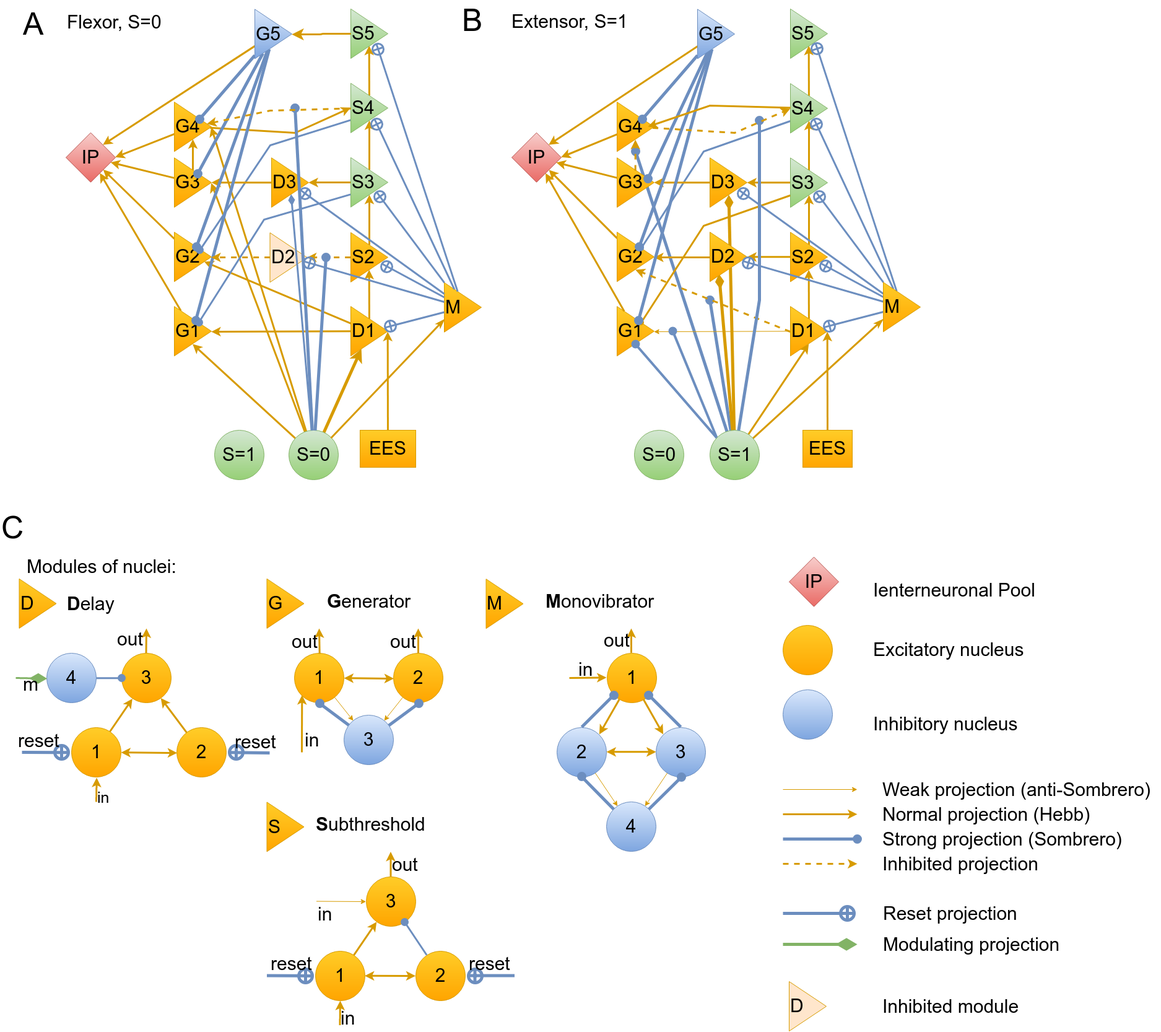
This is doc/diagram/cpg_generator_FE_paper.png from research-team/memristive-spinal-cord, a draw.io export, as it was before one commit. Source tidied: cells renumbered, new cells last; positions are measured from the earlier drawing's top-left corner, leaving out a move shared by most shapes.
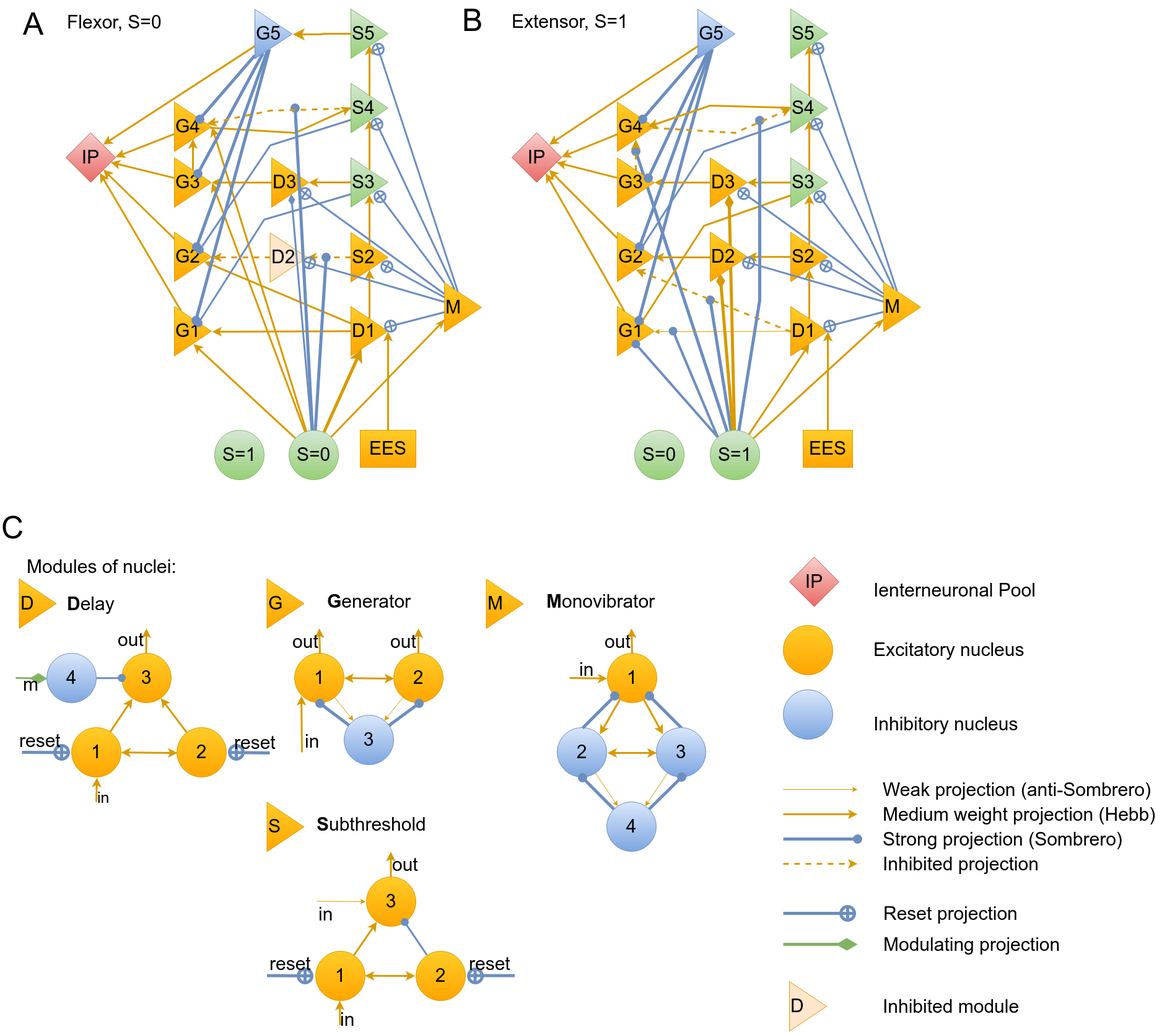
Later version of the same file.

Commit message:
CPG_FE: Normal -> Medium weight

Diff of the diagram source:
```diff
@@ -306,8 +306,8 @@
     <mxCell id="86" value="Weak projection (anti-Sombrero)" style="text;html=1;align=left;verticalAlign=top;spacingTop=-4;fontSize=30;fontColor=#000000;" parent="1" vertex="1">
       <mxGeometry x="1423" y="1254" width="450" height="40" as="geometry" />
     </mxCell>
-    <mxCell id="87" value="Normal projection (Hebb)" style="text;html=1;align=left;verticalAlign=top;spacingTop=-4;fontSize=30;fontColor=#000000;" parent="1" vertex="1">
-      <mxGeometry x="1423" y="1294" width="350" height="40" as="geometry" />
+    <mxCell id="87" value="Medium weight projection (Hebb)" style="text;html=1;align=left;verticalAlign=top;spacingTop=-4;fontSize=30;fontColor=#000000;" parent="1" vertex="1">
+      <mxGeometry x="1423" y="1294" width="460" height="40" as="geometry" />
     </mxCell>
     <mxCell id="88" value="Strong projection (Sombrero)" style="text;html=1;align=left;verticalAlign=top;spacingTop=-4;fontSize=30;fontColor=#000000;" parent="1" vertex="1">
       <mxGeometry x="1423" y="1334" width="400" height="40" as="geometry" />
```
